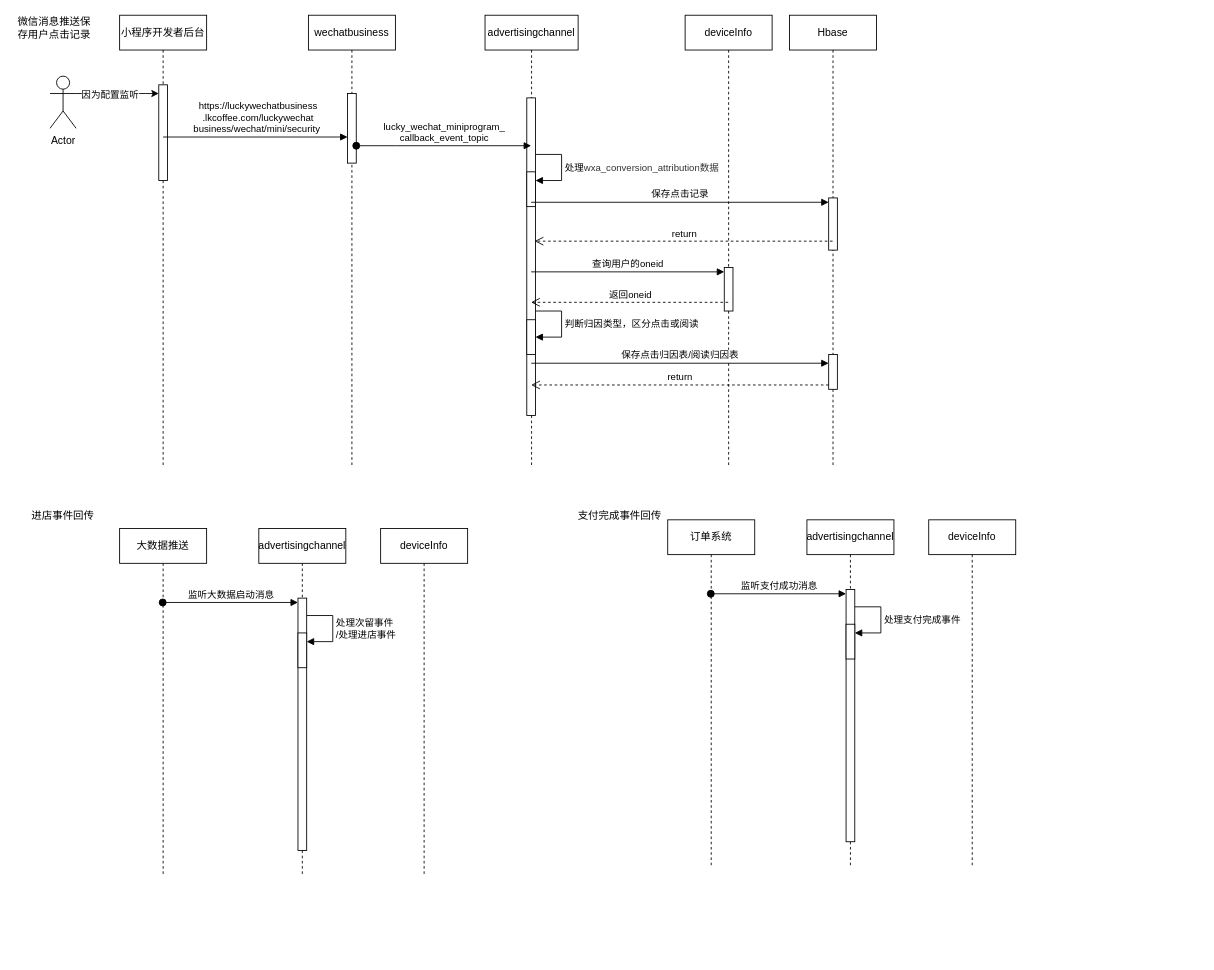
Earlier version of the draw.io diagram page "小红书" (2 of 2) of src/draw/广告系统.drawio (y13513867074/draw). Source tidied: cells renumbered, new cells numbered last; positions are measured from the earlier drawing's top-left corner, leaving out a move shared by most shapes. Both pictures are drawn from the tidied source at 87%, with x=0, y=0 at pixel (15, 15).
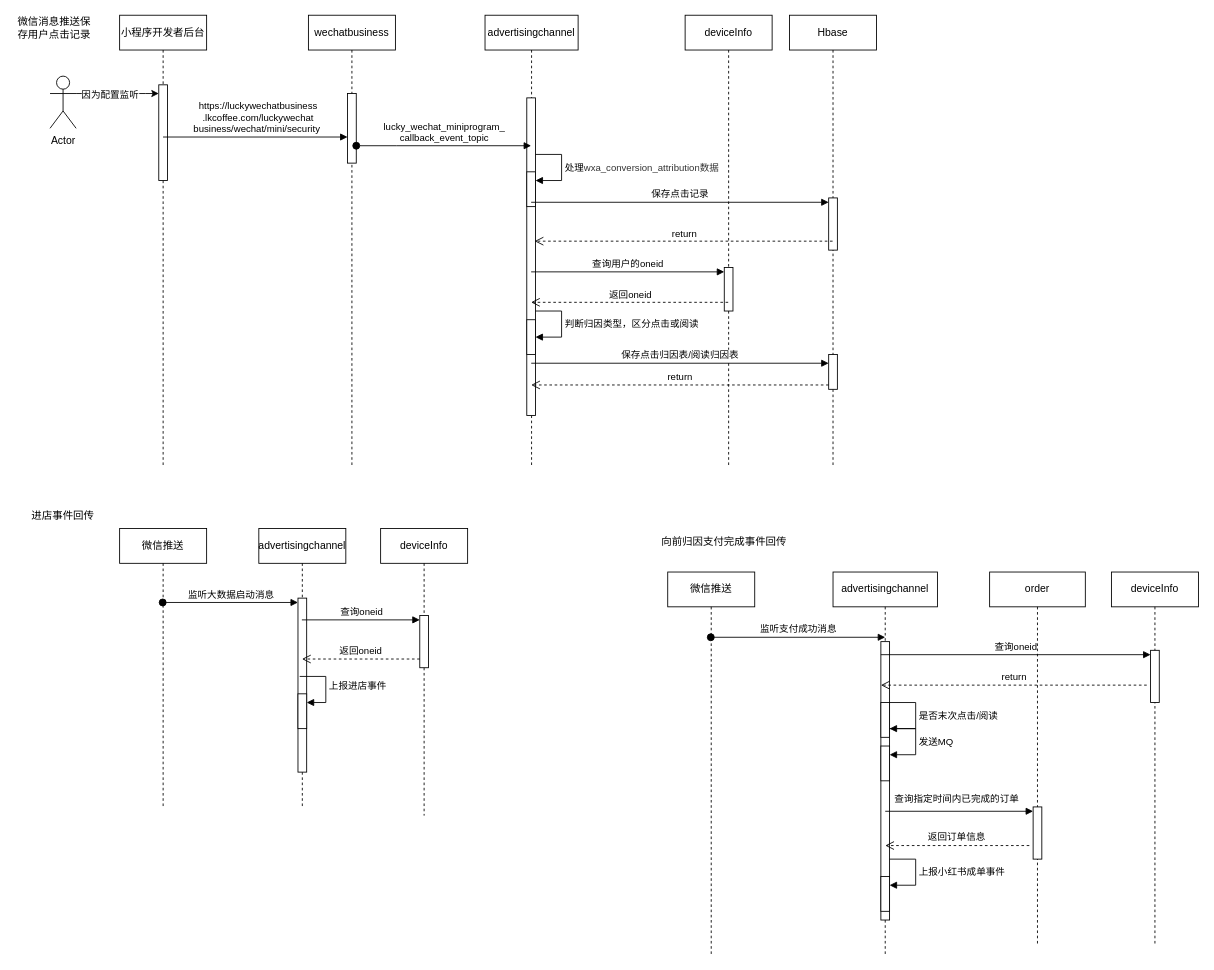
The same page after the edit.

Commit message:
更新广告系统.drawio

Diff of the diagram source:
```diff
@@
-    <mxCell id="29" value="大数据推送" style="shape=umlLifeline;perimeter=lifelinePerimeter;whiteSpace=wrap;html=1;outlineConnect=0;portConstraint=eastwest;newEdgeStyle={&quot;curved&quot;:0,&quot;rounded&quot;:0};" parent="1" vertex="1">
-      <mxGeometry x="120" y="590" width="100" height="400" as="geometry" />
+    <mxCell id="29" value="微信推送" style="shape=umlLifeline;perimeter=lifelinePerimeter;whiteSpace=wrap;html=1;outlineConnect=0;portConstraint=eastwest;newEdgeStyle={&quot;curved&quot;:0,&quot;rounded&quot;:0};" parent="1" vertex="1">
+      <mxGeometry x="120" y="590" width="100" height="320" as="geometry" />
     </mxCell>
     <mxCell id="30" value="advertisingchannel" style="shape=umlLifeline;perimeter=lifelinePerimeter;whiteSpace=wrap;html=1;outlineConnect=0;portConstraint=eastwest;newEdgeStyle={&quot;curved&quot;:0,&quot;rounded&quot;:0};" parent="1" vertex="1">
-      <mxGeometry x="280" y="590" width="100" height="400" as="geometry" />
+      <mxGeometry x="280" y="590" width="100" height="320" as="geometry" />
     </mxCell>
     <mxCell id="31" style="html=1;points=[[0,0,0,0,5],[0,1,0,0,-5],[1,0,0,0,5],[1,1,0,0,-5]];perimeter=orthogonalPerimeter;outlineConnect=0;targetShapes=umlLifeline;portConstraint=eastwest;newEdgeStyle={&quot;curved&quot;:0,&quot;rounded&quot;:0};" parent="30" vertex="1">
-      <mxGeometry x="45" y="80" width="10" height="290" as="geometry" />
+      <mxGeometry x="45" y="80" width="10" height="200" as="geometry" />
     </mxCell>
-    <mxCell id="32" style="html=1;points=[[0,0,0,0,5],[0,1,0,0,-5],[1,0,0,0,5],[1,1,0,0,-5]];perimeter=orthogonalPerimeter;outlineConnect=0;targetShapes=umlLifeline;portConstraint=eastwest;newEdgeStyle={&quot;curved&quot;:0,&quot;rounded&quot;:0};" parent="30" vertex="1">
-      <mxGeometry x="45" y="120" width="10" height="40" as="geometry" />
-    </mxCell>
-    <mxCell id="33" value="处理次留事件&lt;div&gt;/处理进店事件&lt;/div&gt;" style="html=1;align=left;spacingLeft=2;endArrow=block;rounded=0;edgeStyle=orthogonalEdgeStyle;curved=0;rounded=0;" parent="30" edge="1" target="32">
-      <mxGeometry x="-0.01" relative="1" as="geometry">
-        <mxPoint x="55" y="100" as="sourcePoint" />
-        <Array as="points">
-          <mxPoint x="85" y="130" />
-        </Array>
-      </mxGeometry>
-    </mxCell>
+    <mxCell id="45" style="html=1;points=[[0,0,0,0,5],[0,1,0,0,-5],[1,0,0,0,5],[1,1,0,0,-5]];perimeter=orthogonalPerimeter;outlineConnect=0;targetShapes=umlLifeline;portConstraint=eastwest;newEdgeStyle={&quot;curved&quot;:0,&quot;rounded&quot;:0};" parent="30" vertex="1">
+      <mxGeometry x="45" y="190" width="10" height="40" as="geometry" />
+    </mxCell>
+    <mxCell id="46" value="上报进店事件" style="html=1;align=left;spacingLeft=2;endArrow=block;rounded=0;edgeStyle=orthogonalEdgeStyle;curved=0;rounded=0;" parent="30" edge="1" target="45">
+      <mxGeometry relative="1" as="geometry">
+        <mxPoint x="47" y="170" as="sourcePoint" />
+        <Array as="points">
+          <mxPoint x="77" y="200" />
+        </Array>
+      </mxGeometry>
+    </mxCell>
     <mxCell id="34" value="deviceInfo" style="shape=umlLifeline;perimeter=lifelinePerimeter;whiteSpace=wrap;html=1;newEdgeStyle={&quot;curved&quot;:0,&quot;rounded&quot;:0};" parent="1" vertex="1">
-      <mxGeometry x="420" y="590" width="100" height="400" as="geometry" />
+      <mxGeometry x="420" y="590" width="100" height="330" as="geometry" />
     </mxCell>
+    <mxCell id="47" style="html=1;points=[[0,0,0,0,5],[0,1,0,0,-5],[1,0,0,0,5],[1,1,0,0,-5]];perimeter=orthogonalPerimeter;outlineConnect=0;targetShapes=umlLifeline;portConstraint=eastwest;newEdgeStyle={&quot;curved&quot;:0,&quot;rounded&quot;:0};" parent="34" vertex="1">
+      <mxGeometry x="45" y="100" width="10" height="60" as="geometry" />
+    </mxCell>
@@
-    <mxCell id="36" value="订单系统" style="shape=umlLifeline;perimeter=lifelinePerimeter;whiteSpace=wrap;html=1;outlineConnect=0;portConstraint=eastwest;newEdgeStyle={&quot;curved&quot;:0,&quot;rounded&quot;:0};" parent="1" vertex="1">
-      <mxGeometry x="750" y="580" width="100" height="400" as="geometry" />
+    <mxCell id="36" value="微信推送" style="shape=umlLifeline;perimeter=lifelinePerimeter;whiteSpace=wrap;html=1;outlineConnect=0;portConstraint=eastwest;newEdgeStyle={&quot;curved&quot;:0,&quot;rounded&quot;:0};" parent="1" vertex="1">
+      <mxGeometry x="750" y="640" width="100" height="440" as="geometry" />
     </mxCell>
     <mxCell id="37" value="advertisingchannel" style="shape=umlLifeline;perimeter=lifelinePerimeter;whiteSpace=wrap;html=1;newEdgeStyle={&quot;curved&quot;:0,&quot;rounded&quot;:0};" parent="1" vertex="1">
-      <mxGeometry x="910" y="580" width="100" height="400" as="geometry" />
+      <mxGeometry x="940" y="640" width="120" height="440" as="geometry" />
     </mxCell>
-    <mxCell id="38" style="html=1;points=[[0,0,0,0,5],[0,1,0,0,-5],[1,0,0,0,5],[1,1,0,0,-5]];perimeter=orthogonalPerimeter;outlineConnect=0;targetShapes=umlLifeline;portConstraint=eastwest;newEdgeStyle={&quot;curved&quot;:0,&quot;rounded&quot;:0};" parent="37" vertex="1">
-      <mxGeometry x="45" y="80" width="10" height="290" as="geometry" />
-    </mxCell>
-    <mxCell id="39" style="html=1;points=[[0,0,0,0,5],[0,1,0,0,-5],[1,0,0,0,5],[1,1,0,0,-5]];perimeter=orthogonalPerimeter;outlineConnect=0;targetShapes=umlLifeline;portConstraint=eastwest;newEdgeStyle={&quot;curved&quot;:0,&quot;rounded&quot;:0};" parent="37" vertex="1">
-      <mxGeometry x="45" y="120" width="10" height="40" as="geometry" />
-    </mxCell>
-    <mxCell id="40" value="处理支付完成事件" style="html=1;align=left;spacingLeft=2;endArrow=block;rounded=0;edgeStyle=orthogonalEdgeStyle;curved=0;rounded=0;" parent="37" edge="1" target="39">
-      <mxGeometry relative="1" as="geometry">
-        <mxPoint x="55" y="100" as="sourcePoint" />
-        <Array as="points">
-          <mxPoint x="85" y="130" />
-        </Array>
-      </mxGeometry>
-    </mxCell>
+    <mxCell id="48" style="html=1;perimeter=orthogonalPerimeter;targetShapes=umlLifeline;newEdgeStyle={&quot;curved&quot;:0,&quot;rounded&quot;:0};" parent="37" vertex="1">
+      <mxGeometry x="55" y="80" width="10" height="320" as="geometry" />
+    </mxCell>
+    <mxCell id="49" style="html=1;points=[[0,0,0,0,5],[0,1,0,0,-5],[1,0,0,0,5],[1,1,0,0,-5]];perimeter=orthogonalPerimeter;outlineConnect=0;targetShapes=umlLifeline;portConstraint=eastwest;newEdgeStyle={&quot;curved&quot;:0,&quot;rounded&quot;:0};" parent="37" vertex="1">
+      <mxGeometry x="55" y="150" width="10" height="40" as="geometry" />
+    </mxCell>
+    <mxCell id="50" value="是否末次点击/阅读" style="html=1;align=left;spacingLeft=2;endArrow=block;rounded=0;edgeStyle=orthogonalEdgeStyle;curved=0;rounded=0;" parent="37" edge="1" target="49">
+      <mxGeometry relative="1" as="geometry">
+        <mxPoint x="65" y="150" as="sourcePoint" />
+        <Array as="points">
+          <mxPoint x="95" y="180" />
+        </Array>
+      </mxGeometry>
+    </mxCell>
+    <mxCell id="51" style="html=1;points=[[0,0,0,0,5],[0,1,0,0,-5],[1,0,0,0,5],[1,1,0,0,-5]];perimeter=orthogonalPerimeter;outlineConnect=0;targetShapes=umlLifeline;portConstraint=eastwest;newEdgeStyle={&quot;curved&quot;:0,&quot;rounded&quot;:0};" parent="37" vertex="1">
+      <mxGeometry x="55" y="200" width="10" height="40" as="geometry" />
+    </mxCell>
+    <mxCell id="52" value="发送MQ" style="html=1;align=left;spacingLeft=2;endArrow=block;rounded=0;edgeStyle=orthogonalEdgeStyle;curved=0;rounded=0;" parent="37" edge="1" target="51">
+      <mxGeometry x="0.01" relative="1" as="geometry">
+        <mxPoint x="65" y="180" as="sourcePoint" />
+        <Array as="points">
+          <mxPoint x="95" y="210" />
+        </Array>
+      </mxGeometry>
+    </mxCell>
-    <mxCell id="41" value="deviceInfo" style="shape=umlLifeline;perimeter=lifelinePerimeter;whiteSpace=wrap;html=1;newEdgeStyle={&quot;curved&quot;:0,&quot;rounded&quot;:0};" parent="1" vertex="1">
-      <mxGeometry x="1050" y="580" width="100" height="400" as="geometry" />
+    <mxCell id="41" value="order" style="shape=umlLifeline;perimeter=lifelinePerimeter;whiteSpace=wrap;html=1;newEdgeStyle={&quot;curved&quot;:0,&quot;rounded&quot;:0};" parent="1" vertex="1">
+      <mxGeometry x="1120" y="640" width="110" height="430" as="geometry" />
     </mxCell>
+    <mxCell id="53" style="html=1;points=[[0,0,0,0,5],[0,1,0,0,-5],[1,0,0,0,5],[1,1,0,0,-5]];perimeter=orthogonalPerimeter;outlineConnect=0;targetShapes=umlLifeline;portConstraint=eastwest;newEdgeStyle={&quot;curved&quot;:0,&quot;rounded&quot;:0};" parent="41" vertex="1">
+      <mxGeometry x="-125" y="350" width="10" height="40" as="geometry" />
+    </mxCell>
+    <mxCell id="54" value="上报小红书成单事件" style="html=1;align=left;spacingLeft=2;endArrow=block;rounded=0;edgeStyle=orthogonalEdgeStyle;curved=0;rounded=0;" parent="41" edge="1" target="53">
+      <mxGeometry relative="1" as="geometry">
+        <mxPoint x="-115" y="330" as="sourcePoint" />
+        <Array as="points">
+          <mxPoint x="-85" y="360" />
+        </Array>
+      </mxGeometry>
+    </mxCell>
+    <mxCell id="55" style="html=1;points=[[0,0,0,0,5],[0,1,0,0,-5],[1,0,0,0,5],[1,1,0,0,-5]];perimeter=orthogonalPerimeter;outlineConnect=0;targetShapes=umlLifeline;portConstraint=eastwest;newEdgeStyle={&quot;curved&quot;:0,&quot;rounded&quot;:0};" parent="41" vertex="1">
+      <mxGeometry x="50" y="270" width="10" height="60" as="geometry" />
+    </mxCell>
+    <mxCell id="56" value="查询指定时间内已完成的订单" style="html=1;verticalAlign=bottom;endArrow=block;curved=0;rounded=0;entryX=0;entryY=0;entryDx=0;entryDy=5;" parent="41" edge="1" target="55">
+      <mxGeometry x="-0.03" y="5" relative="1" as="geometry">
+        <mxPoint x="-120" y="275" as="sourcePoint" />
+      </mxGeometry>
+    </mxCell>
+    <mxCell id="57" value="返回订单信息" style="html=1;verticalAlign=bottom;endArrow=open;dashed=1;endSize=8;curved=0;rounded=0;exitX=0;exitY=1;exitDx=0;exitDy=-5;" parent="41" edge="1">
+      <mxGeometry x="0.01" relative="1" as="geometry">
+        <mxPoint x="45.6" y="314.4" as="sourcePoint" />
+        <mxPoint x="-120" y="314.4" as="targetPoint" />
+      </mxGeometry>
+    </mxCell>
-    <mxCell id="42" value="监听支付成功消息" style="html=1;verticalAlign=bottom;startArrow=oval;endArrow=block;startSize=8;curved=0;rounded=0;entryX=0;entryY=0;entryDx=0;entryDy=5;" parent="1" edge="1" source="36" target="38">
-      <mxGeometry relative="1" as="geometry" />
+    <mxCell id="42" value="监听支付成功消息" style="html=1;verticalAlign=bottom;startArrow=oval;endArrow=block;startSize=8;curved=0;rounded=0;entryX=0;entryY=0;entryDx=0;entryDy=5;" parent="1" edge="1" source="36">
+      <mxGeometry relative="1" as="geometry">
+        <mxPoint x="1000" y="715" as="targetPoint" />
+      </mxGeometry>
     </mxCell>
@@
-    <mxCell id="44" value="支付完成事件回传" style="text;html=1;whiteSpace=wrap;strokeColor=none;fillColor=none;align=center;verticalAlign=middle;rounded=0;" parent="1" vertex="1">
-      <mxGeometry x="630" y="560" width="130" height="30" as="geometry" />
+    <mxCell id="44" value="向前归因支付完成事件回传" style="text;html=1;whiteSpace=wrap;strokeColor=none;fillColor=none;align=center;verticalAlign=middle;rounded=0;" parent="1" vertex="1">
+      <mxGeometry x="720" y="590" width="190" height="30" as="geometry" />
     </mxCell>
+    <mxCell id="58" value="查询oneid" style="html=1;verticalAlign=bottom;endArrow=block;curved=0;rounded=0;entryX=0;entryY=0;entryDx=0;entryDy=5;" parent="1" edge="1" source="30" target="47">
+      <mxGeometry relative="1" as="geometry" />
+    </mxCell>
+    <mxCell id="59" value="返回oneid" style="html=1;verticalAlign=bottom;endArrow=open;dashed=1;endSize=8;curved=0;rounded=0;exitX=0;exitY=1;exitDx=0;exitDy=-5;" parent="1" edge="1">
+      <mxGeometry relative="1" as="geometry">
+        <mxPoint x="465" y="740" as="sourcePoint" />
+        <mxPoint x="329.6" y="740" as="targetPoint" />
+      </mxGeometry>
+    </mxCell>
+    <mxCell id="60" value="deviceInfo" style="shape=umlLifeline;perimeter=lifelinePerimeter;whiteSpace=wrap;html=1;newEdgeStyle={&quot;curved&quot;:0,&quot;rounded&quot;:0};" parent="1" vertex="1">
+      <mxGeometry x="1260" y="640" width="100" height="430" as="geometry" />
+    </mxCell>
+    <mxCell id="61" value="查询oneid" style="html=1;verticalAlign=bottom;endArrow=block;curved=0;rounded=0;entryX=0;entryY=0;entryDx=0;entryDy=5;" parent="60" edge="1" target="63">
+      <mxGeometry relative="1" as="geometry">
+        <mxPoint x="-265" y="95" as="sourcePoint" />
+      </mxGeometry>
+    </mxCell>
+    <mxCell id="62" value="return" style="html=1;verticalAlign=bottom;endArrow=open;dashed=1;endSize=8;curved=0;rounded=0;exitX=0;exitY=1;exitDx=0;exitDy=-5;" parent="60" edge="1">
+      <mxGeometry relative="1" as="geometry">
+        <mxPoint x="40.6" y="130" as="sourcePoint" />
+        <mxPoint x="-265" y="130" as="targetPoint" />
+      </mxGeometry>
+    </mxCell>
+    <mxCell id="63" style="html=1;points=[[0,0,0,0,5],[0,1,0,0,-5],[1,0,0,0,5],[1,1,0,0,-5]];perimeter=orthogonalPerimeter;outlineConnect=0;targetShapes=umlLifeline;portConstraint=eastwest;newEdgeStyle={&quot;curved&quot;:0,&quot;rounded&quot;:0};" parent="60" vertex="1">
+      <mxGeometry x="45" y="90" width="10" height="60" as="geometry" />
+    </mxCell>
```
